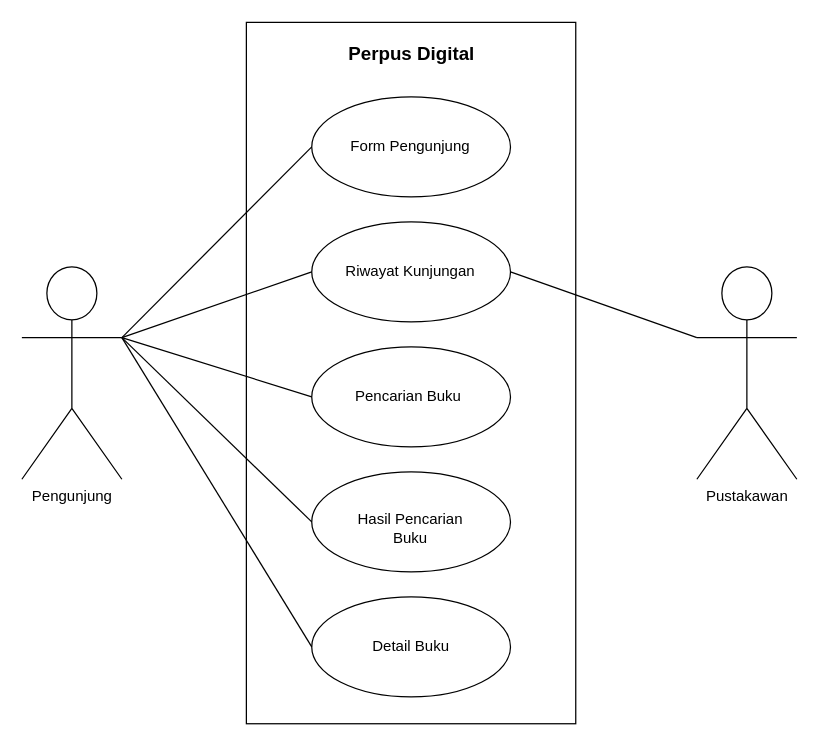
Earlier version of the draw.io diagram Use-Case-Diagram-Perpus-Digital.drawio (SalsabilaYulianti/TEFA-_PerpusDigital). Source tidied: cells renumbered, new cells numbered last; positions are measured from the earlier drawing's top-left corner, leaving out a move shared by most shapes. Both pictures are drawn from the tidied source at 125%, with x=0, y=0 at pixel (21, 34).
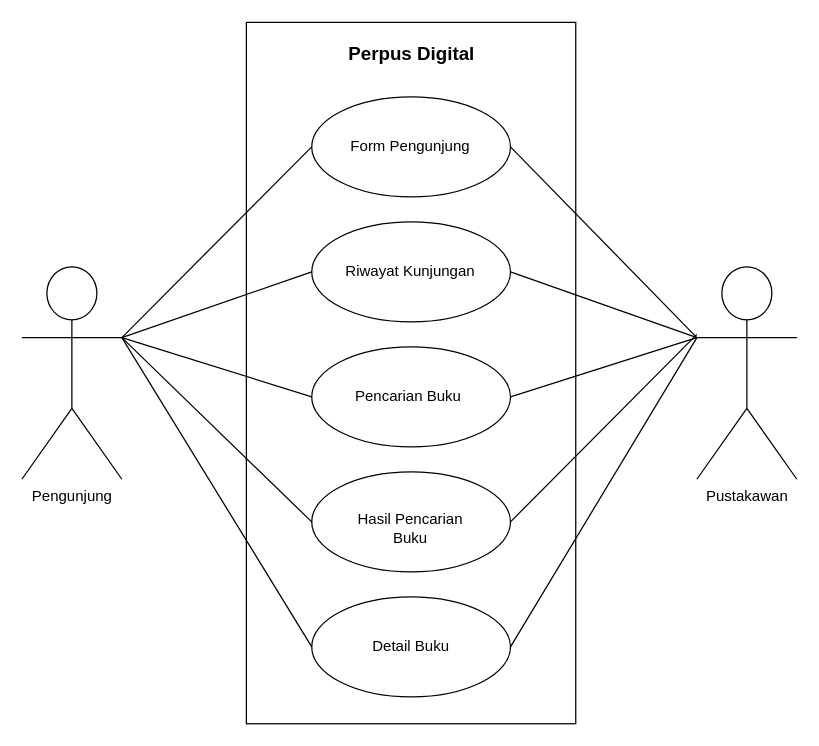
The same diagram, later.

The change refers to these unchanged cells:
```xml
<mxCell id="5" value="Pustakawan" style="shape=umlActor;verticalLabelPosition=bottom;verticalAlign=top;html=1;outlineConnect=0;" parent="1" vertex="1">
  <mxGeometry x="540" y="185.9" width="80" height="170" as="geometry" />
</mxCell>
<mxCell id="6" style="ellipse;whiteSpace=wrap;html=1;" parent="1" vertex="1">
  <mxGeometry x="231.9" y="50" width="159" height="80" as="geometry" />
</mxCell>
<mxCell id="10" style="ellipse;whiteSpace=wrap;html=1;" parent="1" vertex="1">
  <mxGeometry x="231.9" y="250" width="159" height="80" as="geometry" />
</mxCell>
<mxCell id="12" style="ellipse;whiteSpace=wrap;html=1;" parent="1" vertex="1">
  <mxGeometry x="231.9" y="350" width="159" height="80" as="geometry" />
</mxCell>
<mxCell id="14" style="ellipse;whiteSpace=wrap;html=1;" parent="1" vertex="1">
  <mxGeometry x="231.9" y="450" width="159" height="80" as="geometry" />
</mxCell>
```

Change to the diagram source:
```diff
@@
+    <mxCell id="22" style="endArrow=none;html=1;rounded=0;entryX=0;entryY=0.3333333333333333;entryDx=0;entryDy=0;entryPerimeter=0;exitX=1;exitY=0.5;exitDx=0;exitDy=0;" parent="1" edge="1" source="6" target="5">
+      <mxGeometry relative="1" as="geometry" />
+    </mxCell>
+    <mxCell id="23" style="endArrow=none;html=1;rounded=0;exitX=1;exitY=0.5;exitDx=0;exitDy=0;entryX=0;entryY=0.3333333333333333;entryDx=0;entryDy=0;entryPerimeter=0;" parent="1" edge="1" source="10" target="5">
+      <mxGeometry relative="1" as="geometry" />
+    </mxCell>
+    <mxCell id="24" style="endArrow=none;html=1;rounded=0;exitX=1;exitY=0.5;exitDx=0;exitDy=0;" parent="1" edge="1" source="12">
+      <mxGeometry relative="1" as="geometry">
+        <mxPoint x="540" y="240" as="targetPoint" />
+      </mxGeometry>
+    </mxCell>
+    <mxCell id="25" style="endArrow=none;html=1;rounded=0;entryX=0;entryY=0.3333333333333333;entryDx=0;entryDy=0;entryPerimeter=0;exitX=1;exitY=0.5;exitDx=0;exitDy=0;" parent="1" edge="1" source="14" target="5">
+      <mxGeometry relative="1" as="geometry" />
+    </mxCell>
```
